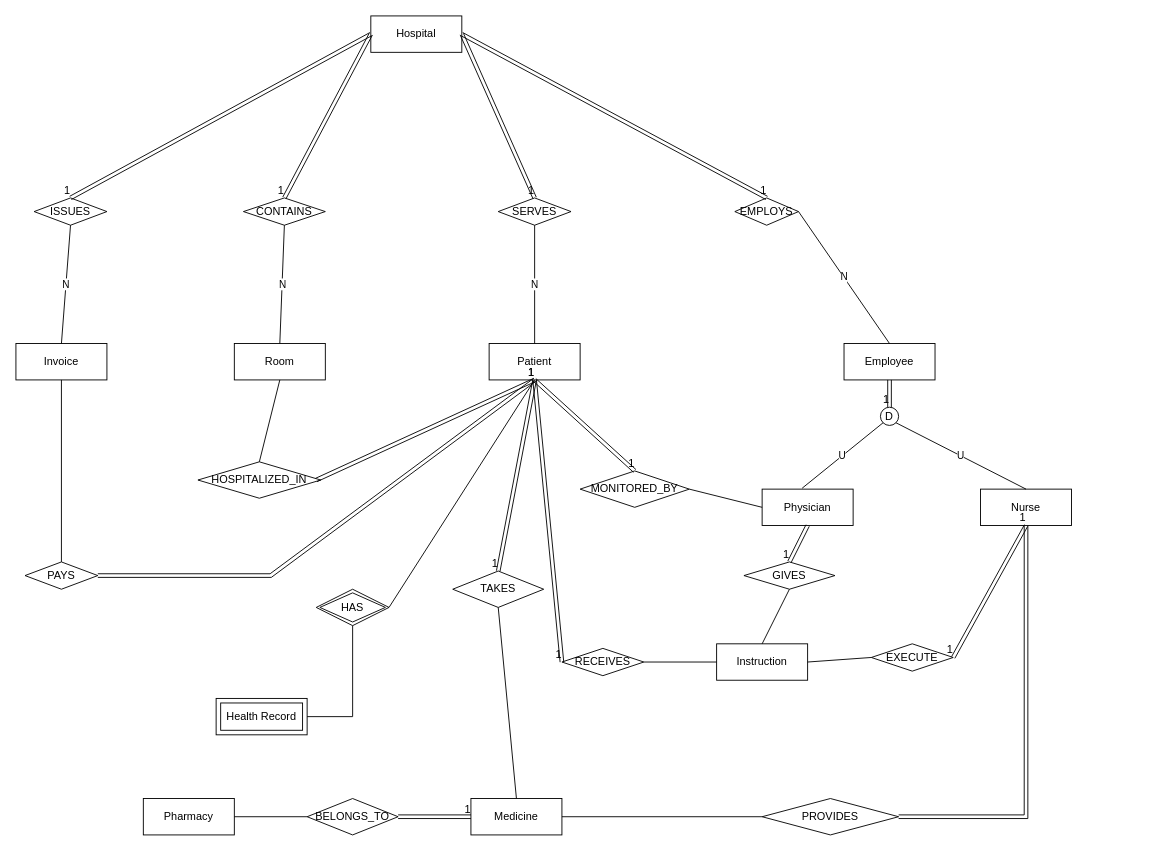
The draw.io diagram Project Diagram.drawio in saiaungkyawmaw/ER-diagram_DatabaseClass, before the edit. Source tidied: cells renumbered, new cells numbered last; positions are measured from the earlier drawing's top-left corner, leaving out a move shared by most shapes. Both pictures are drawn from the tidied source at 91%, with x=0, y=0 at pixel (15, 15).
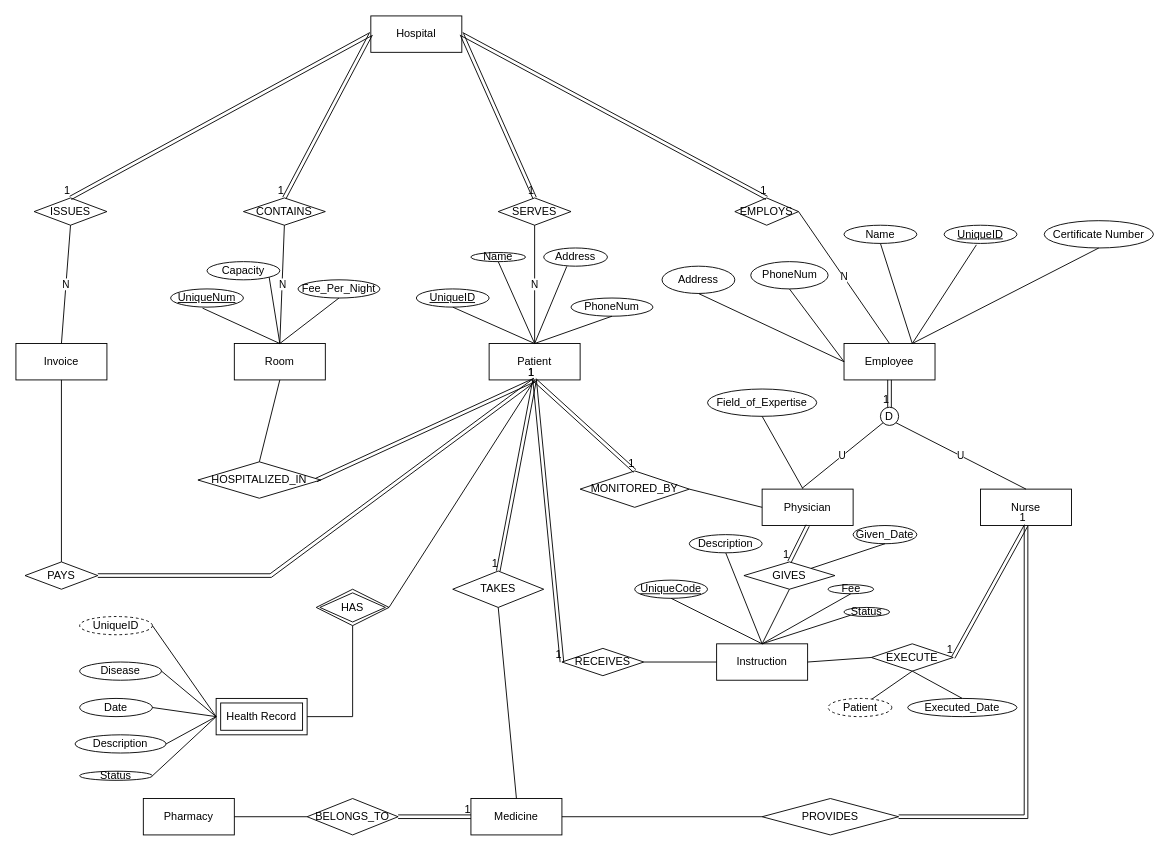
The same page after the edit.

The change refers to these unchanged cells:
```xml
<mxCell id="3" value="Room" style="whiteSpace=wrap;html=1;align=center;" parent="1" vertex="1">
  <mxGeometry x="240" y="360" width="100" height="40" as="geometry" />
</mxCell>
<mxCell id="4" value="Patient" style="whiteSpace=wrap;html=1;align=center;" parent="1" vertex="1">
  <mxGeometry x="520" y="360" width="100" height="40" as="geometry" />
</mxCell>
<mxCell id="5" value="Employee" style="whiteSpace=wrap;html=1;align=center;" parent="1" vertex="1">
  <mxGeometry x="910" y="360" width="100" height="40" as="geometry" />
</mxCell>
<mxCell id="11" value="Physician" style="whiteSpace=wrap;html=1;align=center;" parent="1" vertex="1">
  <mxGeometry x="820" y="520" width="100" height="40" as="geometry" />
</mxCell>
<mxCell id="16" value="Health Record" style="shape=ext;margin=3;double=1;whiteSpace=wrap;html=1;align=center;" parent="1" vertex="1">
  <mxGeometry x="220" y="750" width="100" height="40" as="geometry" />
</mxCell>
<mxCell id="17" value="Instruction" style="whiteSpace=wrap;html=1;align=center;fontStyle=0;" parent="1" vertex="1">
  <mxGeometry x="770" y="690" width="100" height="40" as="geometry" />
</mxCell>
<mxCell id="19" value="EXECUTE" style="shape=rhombus;perimeter=rhombusPerimeter;whiteSpace=wrap;html=1;align=center;" parent="1" vertex="1">
  <mxGeometry x="940" y="690" width="90" height="30" as="geometry" />
</mxCell>
<mxCell id="20" value="GIVES" style="shape=rhombus;perimeter=rhombusPerimeter;whiteSpace=wrap;html=1;align=center;" parent="1" vertex="1">
  <mxGeometry x="800" y="600" width="100" height="30" as="geometry" />
</mxCell>
```

Change to the diagram source:
```diff
@@
+    <mxCell id="73" value="UniqueID" style="ellipse;whiteSpace=wrap;html=1;align=center;fontStyle=4;" parent="1" vertex="1">
+      <mxGeometry x="1020" y="230" width="80" height="20" as="geometry" />
+    </mxCell>
+    <mxCell id="74" value="Name" style="ellipse;whiteSpace=wrap;html=1;align=center;" parent="1" vertex="1">
+      <mxGeometry x="910" y="230" width="80" height="20" as="geometry" />
+    </mxCell>
+    <mxCell id="75" value="Address" style="ellipse;whiteSpace=wrap;html=1;align=center;" parent="1" vertex="1">
+      <mxGeometry x="710" y="275" width="80" height="30" as="geometry" />
+    </mxCell>
+    <mxCell id="76" value="PhoneNum" style="ellipse;whiteSpace=wrap;html=1;align=center;" parent="1" vertex="1">
+      <mxGeometry x="807.5" y="270" width="85" height="30" as="geometry" />
+    </mxCell>
+    <mxCell id="77" value="Certificate Number" style="ellipse;whiteSpace=wrap;html=1;align=center;" parent="1" vertex="1">
+      <mxGeometry x="1130" y="225" width="120" height="30" as="geometry" />
+    </mxCell>
+    <mxCell id="78" style="endArrow=none;html=1;rounded=0;exitX=0.5;exitY=1;exitDx=0;exitDy=0;entryX=0;entryY=0.5;entryDx=0;entryDy=0;" parent="1" edge="1" source="75" target="5">
+      <mxGeometry relative="1" as="geometry" />
+    </mxCell>
+    <mxCell id="79" style="endArrow=none;html=1;rounded=0;exitX=0.5;exitY=1;exitDx=0;exitDy=0;entryX=0;entryY=0.5;entryDx=0;entryDy=0;" parent="1" edge="1" source="76" target="5">
+      <mxGeometry relative="1" as="geometry" />
+    </mxCell>
+    <mxCell id="80" style="endArrow=none;html=1;rounded=0;exitX=0.5;exitY=1;exitDx=0;exitDy=0;entryX=0.75;entryY=0;entryDx=0;entryDy=0;" parent="1" edge="1" source="74" target="5">
+      <mxGeometry relative="1" as="geometry" />
+    </mxCell>
+    <mxCell id="81" style="endArrow=none;html=1;rounded=0;exitX=0.443;exitY=1.079;exitDx=0;exitDy=0;exitPerimeter=0;entryX=0.75;entryY=0;entryDx=0;entryDy=0;" parent="1" edge="1" source="73" target="5">
+      <mxGeometry relative="1" as="geometry" />
+    </mxCell>
+    <mxCell id="82" style="endArrow=none;html=1;rounded=0;entryX=0.5;entryY=1;entryDx=0;entryDy=0;exitX=0.75;exitY=0;exitDx=0;exitDy=0;" parent="1" edge="1" source="5" target="77">
+      <mxGeometry relative="1" as="geometry" />
+    </mxCell>
+    <mxCell id="83" value="Field_of_Expertise" style="ellipse;whiteSpace=wrap;html=1;align=center;" parent="1" vertex="1">
+      <mxGeometry x="760" y="410" width="120" height="30" as="geometry" />
+    </mxCell>
+    <mxCell id="84" style="endArrow=none;html=1;rounded=0;exitX=0.5;exitY=1;exitDx=0;exitDy=0;entryX=0.447;entryY=-0.014;entryDx=0;entryDy=0;entryPerimeter=0;" parent="1" edge="1" source="83" target="11">
+      <mxGeometry relative="1" as="geometry" />
+    </mxCell>
+    <mxCell id="85" value="UniqueID" style="ellipse;whiteSpace=wrap;html=1;align=center;fontStyle=4;" parent="1" vertex="1">
+      <mxGeometry x="440" y="300" width="80" height="20" as="geometry" />
+    </mxCell>
+    <mxCell id="86" value="Name" style="ellipse;whiteSpace=wrap;html=1;align=center;" parent="1" vertex="1">
+      <mxGeometry x="500" y="260" width="60" height="10" as="geometry" />
+    </mxCell>
+    <mxCell id="87" value="PhoneNum" style="ellipse;whiteSpace=wrap;html=1;align=center;" parent="1" vertex="1">
+      <mxGeometry x="610" y="310" width="90" height="20" as="geometry" />
+    </mxCell>
+    <mxCell id="88" value="Address" style="ellipse;whiteSpace=wrap;html=1;align=center;" parent="1" vertex="1">
+      <mxGeometry x="580" y="255" width="70" height="20" as="geometry" />
+    </mxCell>
+    <mxCell id="89" style="endArrow=none;html=1;rounded=0;exitX=0.5;exitY=1;exitDx=0;exitDy=0;entryX=0.5;entryY=0;entryDx=0;entryDy=0;" parent="1" edge="1" source="86" target="4">
+      <mxGeometry relative="1" as="geometry" />
+    </mxCell>
+    <mxCell id="90" style="endArrow=none;html=1;rounded=0;exitX=0.5;exitY=1;exitDx=0;exitDy=0;entryX=0.5;entryY=0;entryDx=0;entryDy=0;" parent="1" edge="1" source="85" target="4">
+      <mxGeometry relative="1" as="geometry" />
+    </mxCell>
+    <mxCell id="91" style="endArrow=none;html=1;rounded=0;entryX=0.363;entryY=1.007;entryDx=0;entryDy=0;entryPerimeter=0;" parent="1" edge="1" target="88">
+      <mxGeometry relative="1" as="geometry">
+        <mxPoint x="570" y="360" as="sourcePoint" />
+      </mxGeometry>
+    </mxCell>
+    <mxCell id="92" style="endArrow=none;html=1;rounded=0;entryX=0.5;entryY=1;entryDx=0;entryDy=0;" parent="1" edge="1" target="87">
+      <mxGeometry relative="1" as="geometry">
+        <mxPoint x="570" y="360" as="sourcePoint" />
+      </mxGeometry>
+    </mxCell>
+    <mxCell id="93" value="UniqueNum" style="ellipse;whiteSpace=wrap;html=1;align=center;fontStyle=4;" parent="1" vertex="1">
+      <mxGeometry x="170" y="300" width="80" height="20" as="geometry" />
+    </mxCell>
+    <mxCell id="94" value="Fee_Per_Night" style="ellipse;whiteSpace=wrap;html=1;align=center;" parent="1" vertex="1">
+      <mxGeometry x="310" y="290" width="90" height="20" as="geometry" />
+    </mxCell>
+    <mxCell id="95" value="Capacity" style="ellipse;whiteSpace=wrap;html=1;align=center;" parent="1" vertex="1">
+      <mxGeometry x="210" y="270" width="80" height="20" as="geometry" />
+    </mxCell>
+    <mxCell id="96" style="endArrow=none;html=1;rounded=0;exitX=0.438;exitY=1.054;exitDx=0;exitDy=0;exitPerimeter=0;entryX=0.5;entryY=0;entryDx=0;entryDy=0;" parent="1" edge="1" source="93" target="3">
+      <mxGeometry relative="1" as="geometry" />
+    </mxCell>
+    <mxCell id="97" style="endArrow=none;html=1;rounded=0;exitX=1;exitY=1;exitDx=0;exitDy=0;" parent="1" edge="1" source="95">
+      <mxGeometry relative="1" as="geometry">
+        <mxPoint x="290" y="360" as="targetPoint" />
+      </mxGeometry>
+    </mxCell>
+    <mxCell id="98" style="endArrow=none;html=1;rounded=0;entryX=0.5;entryY=1;entryDx=0;entryDy=0;" parent="1" edge="1" target="94">
+      <mxGeometry relative="1" as="geometry">
+        <mxPoint x="290" y="360" as="sourcePoint" />
+      </mxGeometry>
+    </mxCell>
+    <mxCell id="99" value="UniqueCode" style="ellipse;whiteSpace=wrap;html=1;align=center;fontStyle=4;" parent="1" vertex="1">
+      <mxGeometry x="680" y="620" width="80" height="20" as="geometry" />
+    </mxCell>
+    <mxCell id="100" value="Description" style="ellipse;whiteSpace=wrap;html=1;align=center;" parent="1" vertex="1">
+      <mxGeometry x="740" y="570" width="80" height="20" as="geometry" />
+    </mxCell>
+    <mxCell id="101" value="Fee" style="ellipse;whiteSpace=wrap;html=1;align=center;" parent="1" vertex="1">
+      <mxGeometry x="892.5" y="625" width="50" height="10" as="geometry" />
+    </mxCell>
+    <mxCell id="102" style="endArrow=none;html=1;rounded=0;exitX=0.5;exitY=1;exitDx=0;exitDy=0;" parent="1" edge="1" source="99">
+      <mxGeometry relative="1" as="geometry">
+        <mxPoint x="820" y="690" as="targetPoint" />
+      </mxGeometry>
+    </mxCell>
+    <mxCell id="103" style="endArrow=none;html=1;rounded=0;exitX=0.5;exitY=1;exitDx=0;exitDy=0;entryX=0.5;entryY=0;entryDx=0;entryDy=0;" parent="1" edge="1" source="100" target="17">
+      <mxGeometry relative="1" as="geometry" />
+    </mxCell>
+    <mxCell id="104" style="endArrow=none;html=1;rounded=0;entryX=0.5;entryY=1;entryDx=0;entryDy=0;exitX=0.5;exitY=0;exitDx=0;exitDy=0;" parent="1" edge="1" source="17" target="101">
+      <mxGeometry relative="1" as="geometry" />
+    </mxCell>
+    <mxCell id="105" value="Given_Date" style="ellipse;whiteSpace=wrap;html=1;align=center;" parent="1" vertex="1">
+      <mxGeometry x="920" y="560" width="70" height="20" as="geometry" />
+    </mxCell>
+    <mxCell id="106" style="endArrow=none;html=1;rounded=0;entryX=0.5;entryY=1;entryDx=0;entryDy=0;" parent="1" edge="1" source="20" target="105">
+      <mxGeometry relative="1" as="geometry" />
+    </mxCell>
+    <mxCell id="107" value="Status" style="ellipse;whiteSpace=wrap;html=1;align=center;" parent="1" vertex="1">
+      <mxGeometry x="910" y="650" width="50" height="10" as="geometry" />
+    </mxCell>
+    <mxCell id="108" style="endArrow=none;html=1;rounded=0;entryX=0;entryY=1;entryDx=0;entryDy=0;" parent="1" edge="1" target="107">
+      <mxGeometry relative="1" as="geometry">
+        <mxPoint x="820" y="690" as="sourcePoint" />
+      </mxGeometry>
+    </mxCell>
+    <mxCell id="109" style="endArrow=none;html=1;rounded=0;exitX=0.5;exitY=1;exitDx=0;exitDy=0;" parent="1" edge="1" source="19" target="110">
+      <mxGeometry relative="1" as="geometry" />
+    </mxCell>
+    <mxCell id="110" value="Patient" style="ellipse;whiteSpace=wrap;html=1;align=center;dashed=1;" parent="1" vertex="1">
+      <mxGeometry x="892.5" y="750" width="70" height="20" as="geometry" />
+    </mxCell>
+    <mxCell id="111" value="Executed_Date" style="ellipse;whiteSpace=wrap;html=1;align=center;" parent="1" vertex="1">
+      <mxGeometry x="980" y="750" width="120" height="20" as="geometry" />
+    </mxCell>
+    <mxCell id="112" style="endArrow=none;html=1;rounded=0;entryX=0.5;entryY=0;entryDx=0;entryDy=0;exitX=0.5;exitY=1;exitDx=0;exitDy=0;" parent="1" edge="1" source="19" target="111">
+      <mxGeometry relative="1" as="geometry" />
+    </mxCell>
+    <mxCell id="113" value="UniqueID" style="ellipse;whiteSpace=wrap;html=1;align=center;dashed=1;" parent="1" vertex="1">
+      <mxGeometry x="70" y="660" width="80" height="20" as="geometry" />
+    </mxCell>
+    <mxCell id="114" value="Disease" style="ellipse;whiteSpace=wrap;html=1;align=center;" parent="1" vertex="1">
+      <mxGeometry x="70" y="710" width="90" height="20" as="geometry" />
+    </mxCell>
+    <mxCell id="115" value="Date" style="ellipse;whiteSpace=wrap;html=1;align=center;" parent="1" vertex="1">
+      <mxGeometry x="70" y="750" width="80" height="20" as="geometry" />
+    </mxCell>
+    <mxCell id="116" value="Description" style="ellipse;whiteSpace=wrap;html=1;align=center;" parent="1" vertex="1">
+      <mxGeometry x="65" y="790" width="100" height="20" as="geometry" />
+    </mxCell>
+    <mxCell id="117" value="Status" style="ellipse;whiteSpace=wrap;html=1;align=center;" parent="1" vertex="1">
+      <mxGeometry x="70" y="830" width="80" height="10" as="geometry" />
+    </mxCell>
+    <mxCell id="118" style="endArrow=none;html=1;rounded=0;exitX=1;exitY=0.5;exitDx=0;exitDy=0;entryX=0;entryY=0.5;entryDx=0;entryDy=0;" parent="1" edge="1" source="113" target="16">
+      <mxGeometry relative="1" as="geometry" />
+    </mxCell>
+    <mxCell id="119" style="endArrow=none;html=1;rounded=0;exitX=1;exitY=0.5;exitDx=0;exitDy=0;" parent="1" edge="1" source="114">
+      <mxGeometry relative="1" as="geometry">
+        <mxPoint x="220" y="770" as="targetPoint" />
+      </mxGeometry>
+    </mxCell>
+    <mxCell id="120" style="endArrow=none;html=1;rounded=0;exitX=1;exitY=0.5;exitDx=0;exitDy=0;entryX=0;entryY=0.5;entryDx=0;entryDy=0;" parent="1" edge="1" source="115" target="16">
+      <mxGeometry relative="1" as="geometry" />
+    </mxCell>
+    <mxCell id="121" style="endArrow=none;html=1;rounded=0;exitX=1;exitY=0.5;exitDx=0;exitDy=0;" parent="1" edge="1" source="116">
+      <mxGeometry relative="1" as="geometry">
+        <mxPoint x="220" y="770" as="targetPoint" />
+      </mxGeometry>
+    </mxCell>
+    <mxCell id="122" style="endArrow=none;html=1;rounded=0;exitX=1;exitY=0.5;exitDx=0;exitDy=0;" parent="1" edge="1" source="117">
+      <mxGeometry relative="1" as="geometry">
+        <mxPoint x="220" y="770" as="targetPoint" />
+      </mxGeometry>
+    </mxCell>
```
